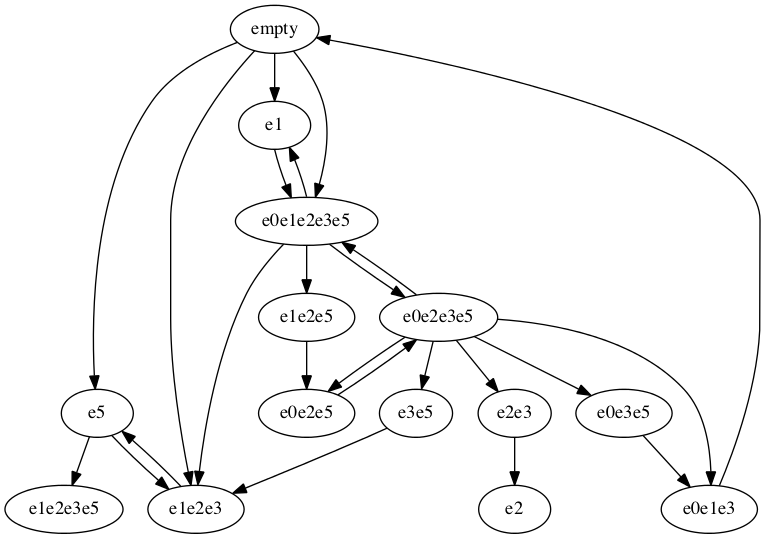
This is tmp/ats.png from ryysd/PrototypePOR, a Graphviz export, as it was before one commit. Its source is kept beside it as tmp/ats.dot. Source of this version:
```dot
strict digraph {
  empty->e5;
  empty->e1e2e3;
  empty->e1;
  empty->e0e1e2e3e5;
  empty->e5;
  e5->e1e2e3e5;
  e5->e1e2e3;
  e1e2e3->e5;
  e0e1e2e3e5->e1e2e5;
  e0e1e2e3e5->e1e2e3;
  e0e1e2e3e5->e0e2e3e5;
  e0e1e2e3e5->e1;
  e1->e0e1e2e3e5;
  e0e2e3e5->e2e3;
  e0e2e3e5->e0e3e5;
  e0e2e3e5->e3e5;
  e0e2e3e5->e0e2e5;
  e0e2e3e5->e0e1e3;
  e0e2e3e5->e0e1e2e3e5;
  e0e1e3->empty;
  e0e2e5->e0e2e3e5;
  e3e5->e1e2e3;
  e0e3e5->e0e1e3;
  e2e3->e2;
  e1e2e5->e0e2e5;
}
```
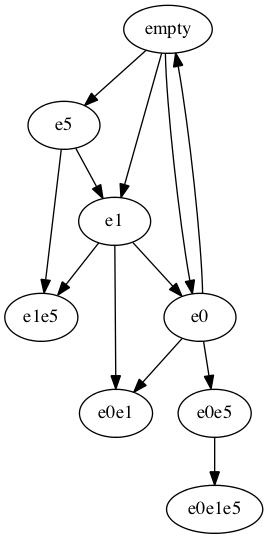
After the change.

The edit, as a diff of the source:
```diff
@@ -1,27 +1,18 @@
 strict digraph {
   empty->e5;
-  empty->e1e2e3;
   empty->e1;
-  empty->e0e1e2e3e5;
+  empty->e0;
   empty->e5;
-  e5->e1e2e3e5;
-  e5->e1e2e3;
-  e1e2e3->e5;
-  e0e1e2e3e5->e1e2e5;
-  e0e1e2e3e5->e1e2e3;
-  e0e1e2e3e5->e0e2e3e5;
-  e0e1e2e3e5->e1;
-  e1->e0e1e2e3e5;
-  e0e2e3e5->e2e3;
-  e0e2e3e5->e0e3e5;
-  e0e2e3e5->e3e5;
-  e0e2e3e5->e0e2e5;
-  e0e2e3e5->e0e1e3;
-  e0e2e3e5->e0e1e2e3e5;
-  e0e1e3->empty;
-  e0e2e5->e0e2e3e5;
-  e3e5->e1e2e3;
-  e0e3e5->e0e1e3;
-  e2e3->e2;
-  e1e2e5->e0e2e5;
+  empty->e1;
+  empty->e5;
+  e5->e1e5;
+  e5->e1;
+  e1->e0e1;
+  e1->e1e5;
+  e1->e0;
+  e0->e0e5;
+  e0->e0e1;
+  e0->e0e1;
+  e0->empty;
+  e0e5->e0e1e5;
 }
```
